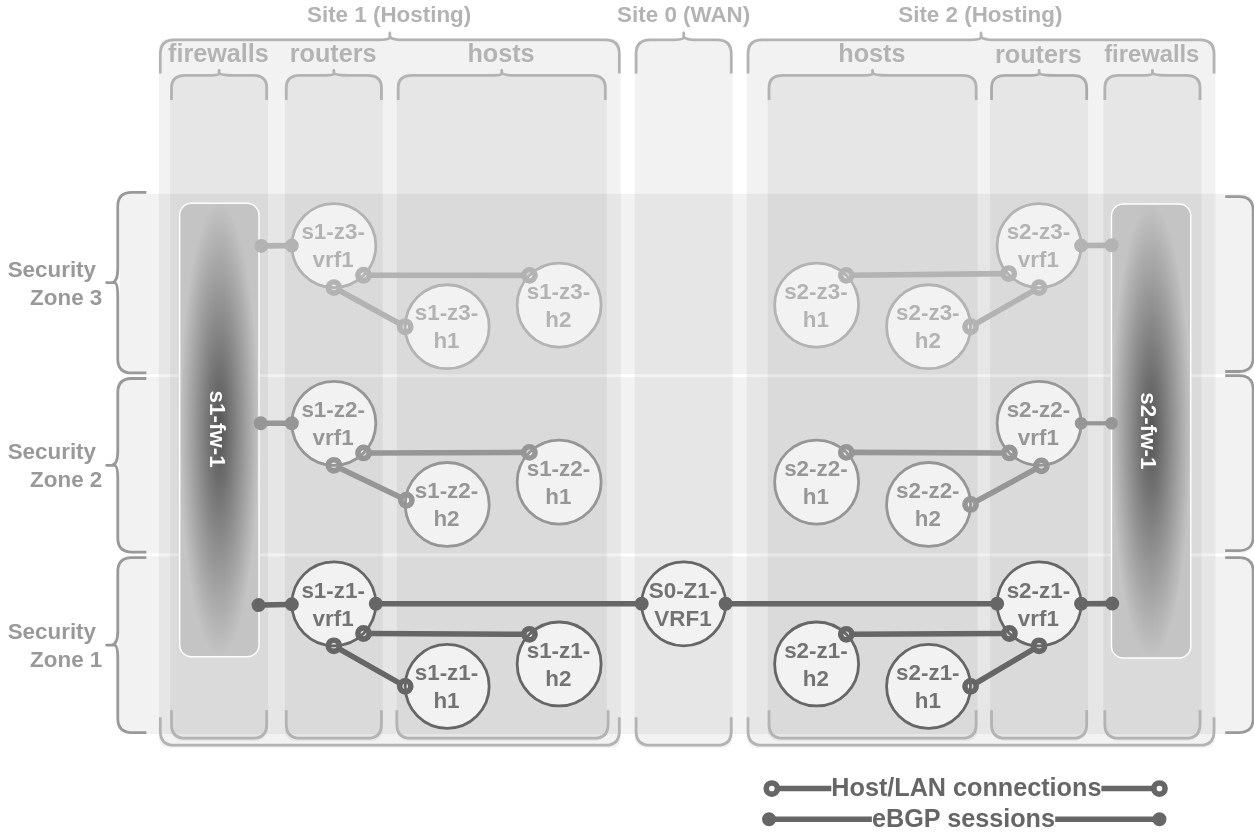
Above: pages/1/3(ecmp-symmetric)/casestudy-1-1a.drawio.svg in menckend/alpha (draw.io), before the change. Source tidied: cells renumbered, new cells last; positions are measured from the earlier drawing's top-left corner, leaving out a move shared by most shapes.
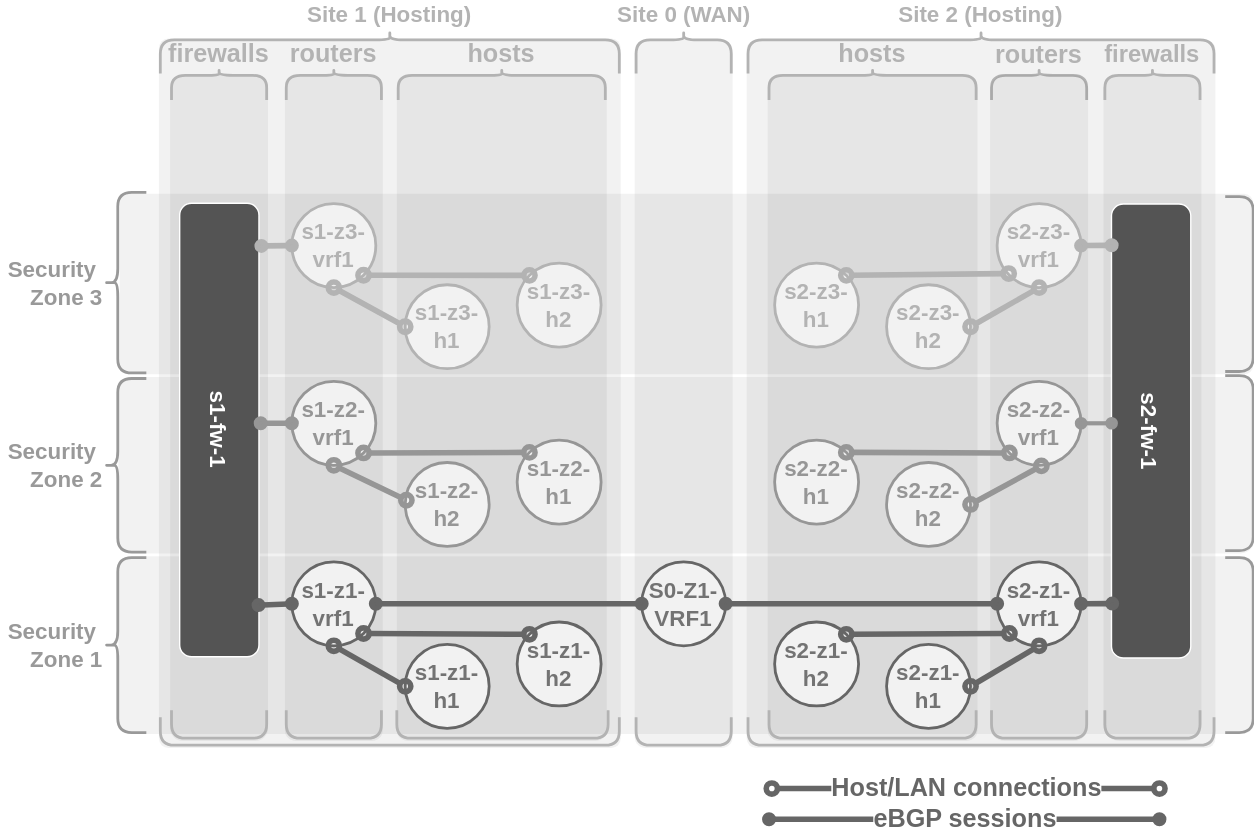
The same diagram one commit later.

Change to the diagram source:
```diff
@@ -209,7 +209,7 @@
     <mxCell id="70" style="endArrow=oval;startArrow=oval;html=1;strokeWidth=4;strokeColor=#666666;startFill=1;endFill=1;fontSize=18;fontStyle=1;entryX=0;entryY=0.5;entryDx=0;entryDy=0;exitX=1;exitY=0.5;exitDx=0;exitDy=0;" parent="1" edge="1" source="29" target="22">
       <mxGeometry relative="1" as="geometry" />
     </mxCell>
-    <mxCell id="71" value="s1-fw-1" style="rounded=1;whiteSpace=wrap;html=1;gradientColor=#C4C4C4;fillColor=#545454;strokeColor=#FFFFFF;fontColor=#FFFFFF;fontSize=16;fontStyle=1;gradientDirection=radial;rotation=90;" parent="1" vertex="1">
+    <mxCell id="71" value="s1-fw-1" style="rounded=1;whiteSpace=wrap;html=1;gradientColor=none;fillColor=#545454;strokeColor=#FFFFFF;fontColor=#FFFFFF;fontSize=16;fontStyle=1;gradientDirection=radial;rotation=90;" parent="1" vertex="1">
       <mxGeometry x="0.1" y="256.5" width="324.1" height="56.7" as="geometry" />
     </mxCell>
     <mxCell id="72" style="endArrow=oval;startArrow=oval;html=1;strokeWidth=4;strokeColor=#969696;startFill=1;endFill=1;fontSize=18;fontStyle=1;exitX=0;exitY=0.5;exitDx=0;exitDy=0;entryX=0.485;entryY=-0.022;entryDx=0;entryDy=0;entryPerimeter=0;" parent="1" edge="1" source="32" target="71">
@@ -233,7 +233,7 @@
         <mxPoint x="834" y="541" as="targetPoint" />
       </mxGeometry>
     </mxCell>
-    <mxCell id="77" value="s2-fw-1" style="rounded=1;whiteSpace=wrap;html=1;gradientColor=#C4C4C4;fillColor=#545454;strokeColor=#FFFFFF;fontColor=#FFFFFF;fontSize=16;fontStyle=1;gradientDirection=radial;rotation=90;" parent="1" vertex="1">
+    <mxCell id="77" value="s2-fw-1" style="rounded=1;whiteSpace=wrap;html=1;gradientColor=none;fillColor=#545454;strokeColor=#FFFFFF;fontColor=#FFFFFF;fontSize=16;fontStyle=1;gradientDirection=radial;rotation=90;" parent="1" vertex="1">
       <mxGeometry x="665.8" y="257.2" width="324.5" height="56.7" as="geometry" />
     </mxCell>
     <mxCell id="78" style="endArrow=oval;startArrow=oval;html=1;strokeWidth=3;strokeColor=#969696;startFill=1;endFill=1;fontSize=18;fontStyle=1;entryX=0.483;entryY=0.998;entryDx=0;entryDy=0;entryPerimeter=0;" parent="1" edge="1" source="21" target="77">
```
